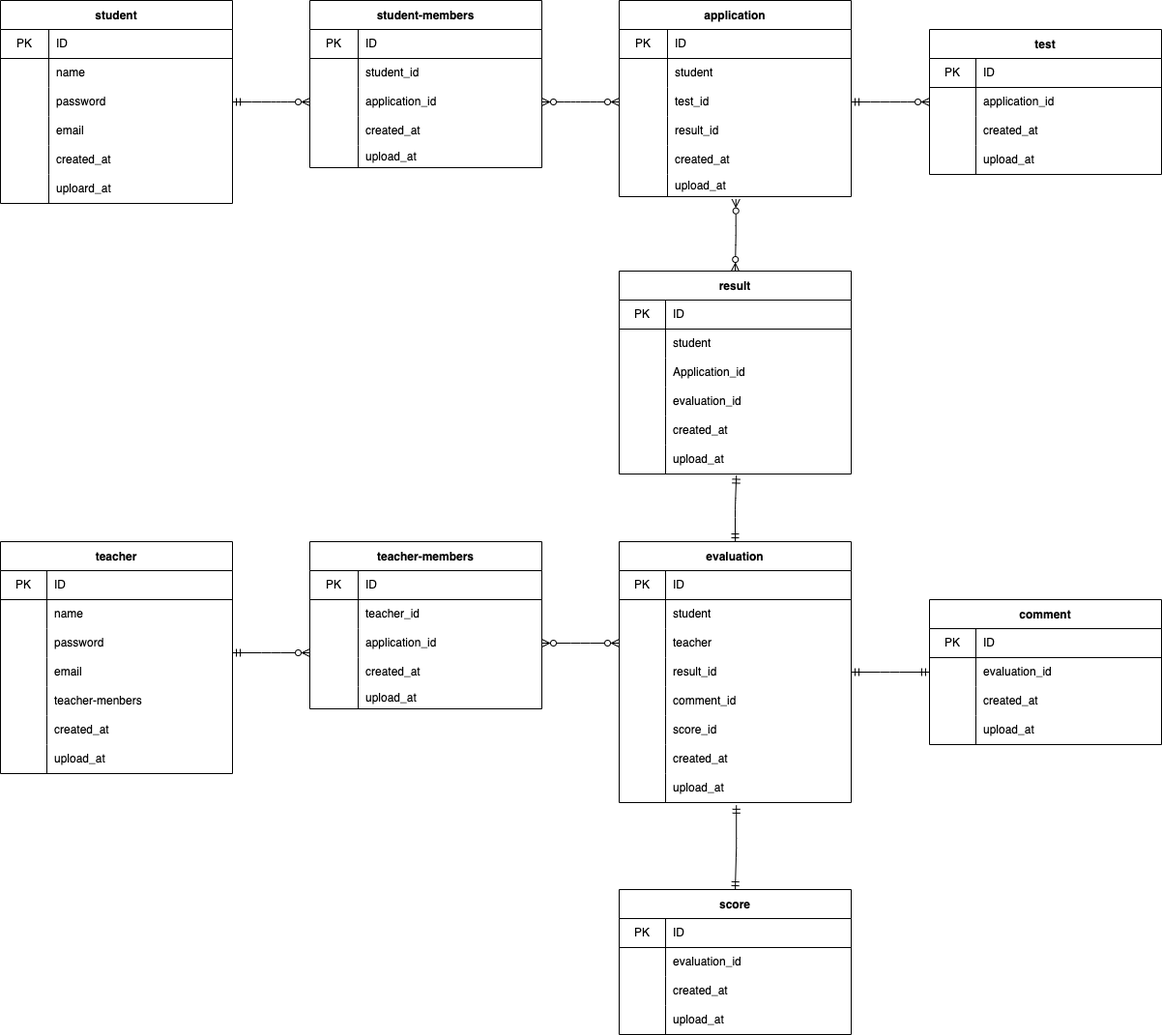
Before: index.drawio.png, a diagram exported from draw.io (nishimura87/20220731nishimura). Source tidied: cells renumbered, new cells last; positions are measured from the earlier drawing's top-left corner, leaving out a move shared by most shapes.
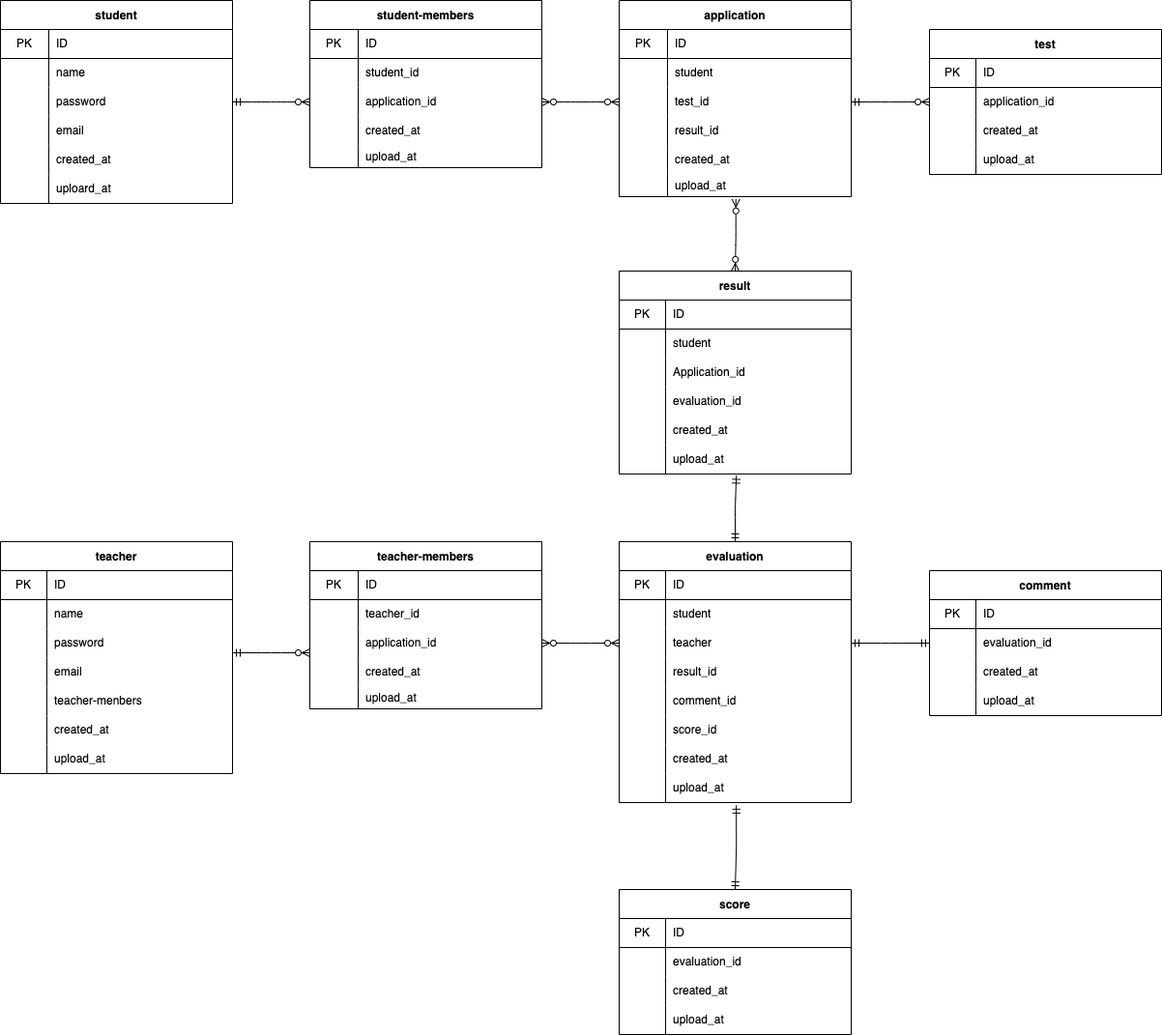
After the change.

Commit message:
エンティティの最初を小文字、teacher-menbersの終点変更

Change to the diagram source:
```diff
@@ -345,7 +345,7 @@
       <mxGeometry x="48" width="192" height="30" as="geometry" />
     </mxCell>
     <mxCell id="116" value="comment" style="shape=table;startSize=30;rowLines=0;fontStyle=1;align=center;" parent="1" vertex="1">
-      <mxGeometry x="961" y="620" width="240" height="150" as="geometry" />
+      <mxGeometry x="961" y="590" width="240" height="150" as="geometry" />
     </mxCell>
     <mxCell id="117" style="shape=partialRectangle;html=1;whiteSpace=wrap;fillColor=none;top=0;left=0;bottom=1;right=0;" parent="116" vertex="1">
       <mxGeometry y="30" width="240" height="30" as="geometry" />
@@ -383,7 +383,7 @@
     <mxCell id="128" value="upload_at" style="shape=partialRectangle;html=1;whiteSpace=wrap;fillColor=none;top=0;left=0;bottom=0;right=0;align=left;spacingLeft=6;overflow=hidden;" parent="126" vertex="1">
       <mxGeometry x="48" width="192" height="30" as="geometry" />
     </mxCell>
-    <mxCell id="129" style="edgeStyle=elbowEdgeStyle;html=1;startArrow=ERmandOne;startFill=0;endArrow=ERmandOne;endFill=0;entryX=1;entryY=0.5;entryDx=0;entryDy=0;exitX=0;exitY=0.5;exitDx=0;exitDy=0;" parent="1" edge="1" source="120" target="88">
+    <mxCell id="129" style="edgeStyle=elbowEdgeStyle;html=1;startArrow=ERmandOne;startFill=0;endArrow=ERmandOne;endFill=0;entryX=1;entryY=0.5;entryDx=0;entryDy=0;exitX=0;exitY=0.5;exitDx=0;exitDy=0;" parent="1" edge="1" source="120" target="85">
       <mxGeometry relative="1" as="geometry" />
     </mxCell>
     <mxCell id="130" style="edgeStyle=elbowEdgeStyle;elbow=vertical;html=1;startArrow=ERmandOne;startFill=0;endArrow=ERmandOne;endFill=0;exitX=0.505;exitY=1.095;exitDx=0;exitDy=0;exitPerimeter=0;entryX=0.5;entryY=0;entryDx=0;entryDy=0;" parent="1" edge="1" source="100" target="103">
```
